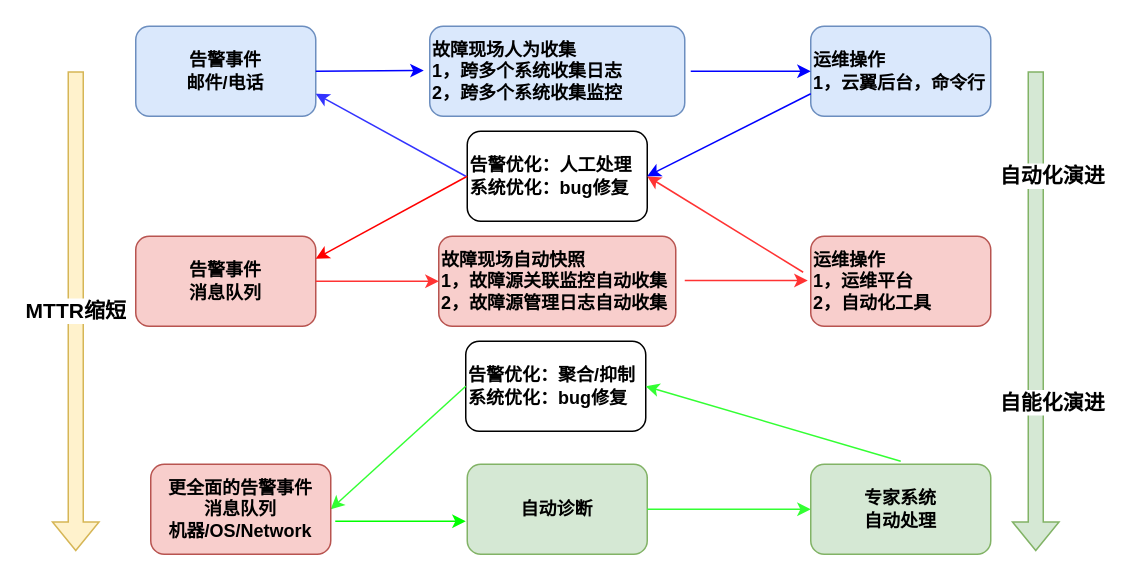
This is 未命名绘图.drawio from zjtheone/read-the-fxxk-code, a draw.io file, before an edit. Source tidied: cells renumbered, new cells numbered last; positions are measured from the earlier drawing's top-left corner, leaving out a move shared by most shapes. Both pictures are drawn from the tidied source at 150%, with x=0, y=0 at pixel (75, 26).
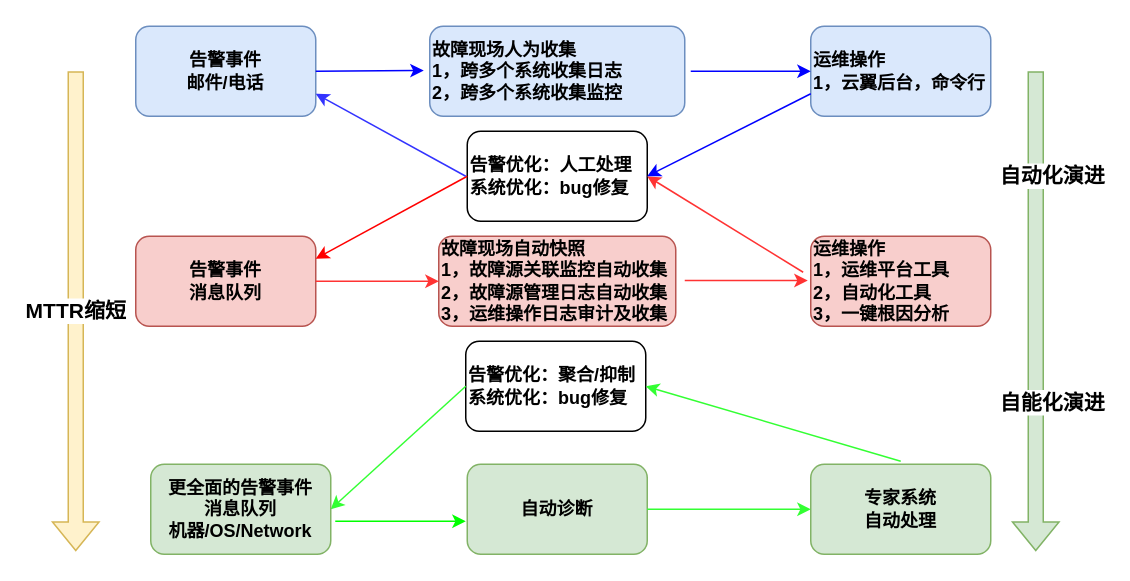
After the change.

Commit message:
更新未命名绘图.drawio

Change to the diagram source:
```diff
@@
-    <mxCell id="3" value="故障现场自动快照&lt;br style=&quot;font-size: 12px;&quot;&gt;1，故障源关联监控自动收集&lt;br style=&quot;font-size: 12px;&quot;&gt;2，故障源管理日志自动收集" style="rounded=1;whiteSpace=wrap;html=1;align=left;fontStyle=1;fontSize=12;fillColor=#f8cecc;strokeColor=#b85450;" parent="1" vertex="1">
+    <mxCell id="3" value="故障现场自动快照&lt;br style=&quot;font-size: 12px;&quot;&gt;1，故障源关联监控自动收集&lt;br style=&quot;font-size: 12px;&quot;&gt;2，故障源管理日志自动收集&lt;br&gt;3，运维操作日志审计及收集" style="rounded=1;whiteSpace=wrap;html=1;align=left;fontStyle=1;fontSize=12;fillColor=#f8cecc;strokeColor=#b85450;" parent="1" vertex="1">
       <mxGeometry x="242" y="140" width="158" height="60" as="geometry" />
     </mxCell>
@@
-    <mxCell id="5" value="运维操作&lt;br style=&quot;font-size: 12px;&quot;&gt;1，运维平台&lt;br style=&quot;font-size: 12px;&quot;&gt;2，自动化工具" style="rounded=1;whiteSpace=wrap;html=1;align=left;fontStyle=1;fontSize=12;fillColor=#f8cecc;strokeColor=#b85450;" parent="1" vertex="1">
+    <mxCell id="5" value="运维操作&lt;br style=&quot;font-size: 12px;&quot;&gt;1，运维平台工具&lt;br style=&quot;font-size: 12px;&quot;&gt;2，自动化工具&lt;br&gt;3，一键根因分析" style="rounded=1;whiteSpace=wrap;html=1;align=left;fontStyle=1;fontSize=12;fillColor=#f8cecc;strokeColor=#b85450;" parent="1" vertex="1">
       <mxGeometry x="490" y="140" width="120" height="60" as="geometry" />
     </mxCell>
@@
-    <mxCell id="26" value="更全面的告警事件&lt;br style=&quot;font-size: 12px;&quot;&gt;消息队列&lt;br&gt;机器/OS/Network" style="rounded=1;whiteSpace=wrap;html=1;fontStyle=1;fontSize=12;fillColor=#f8cecc;strokeColor=#b85450;" parent="1" vertex="1">
+    <mxCell id="26" value="更全面的告警事件&lt;br style=&quot;font-size: 12px;&quot;&gt;消息队列&lt;br&gt;机器/OS/Network" style="rounded=1;whiteSpace=wrap;html=1;fontStyle=1;fontSize=12;fillColor=#d5e8d4;strokeColor=#82b366;" parent="1" vertex="1">
       <mxGeometry x="50" y="292" width="120" height="60" as="geometry" />
     </mxCell>
```
